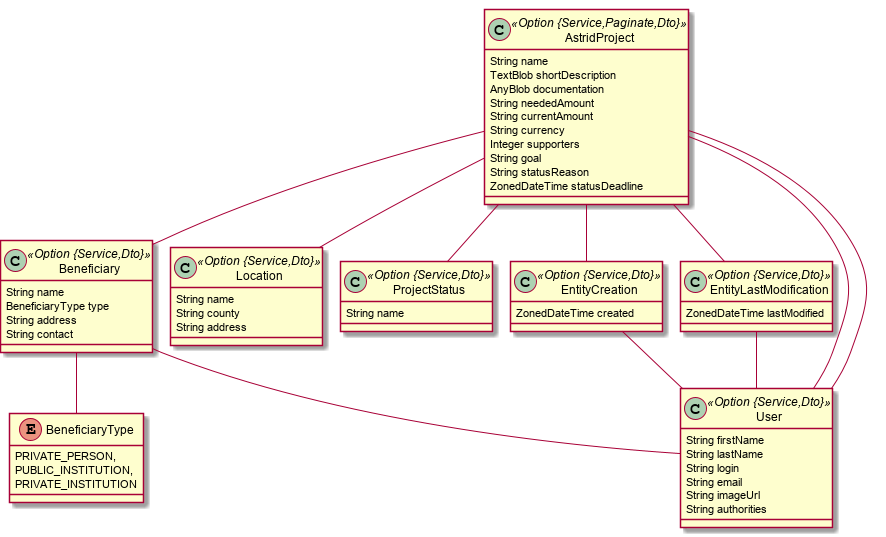
Above: astrid-diaspora.png in popica14/astrid-diaspora (PlantUML), before the change. The source it was exported from:
```plantuml
@startuml
	!pragma graphviz_dot jdot
	!pragma syntax class
	class AstridProject <<Option {Service,Paginate,Dto}>> {
		String name
		TextBlob shortDescription
		AnyBlob documentation
		String neededAmount
		String currentAmount
		String currency
		Integer supporters
		String goal
		String statusReason
		ZonedDateTime statusDeadline
	}
	class Beneficiary <<Option {Service,Dto}>> {
		String name
		BeneficiaryType type
		String address
		String contact
	}
	Beneficiary ..> BeneficiaryType
	class Location <<Option {Service,Dto}>> {
		String name
		String county
		String address
	}
	enum BeneficiaryType {
		PRIVATE_PERSON,
		PUBLIC_INSTITUTION,
		PRIVATE_INSTITUTION
	}
	class ProjectStatus <<Option {Service,Dto}>> {
		String name
	}
	class EntityCreation <<Option {Service,Dto}>> {
		ZonedDateTime created
	}
	class EntityLastModification <<Option {Service,Dto}>> {
		ZonedDateTime lastModified
	}
	AstridProject  "responsible(login) 0..* " o-- "0..1 "  User
	AstridProject  "status(name) 0..* " o-- "0..1 "  ProjectStatus
	Beneficiary  "contactPerson(login) 0..* " o-- "0..1 "  User
	AstridProject  "location(name) 0..* " o-- "0..1 "  Location
	EntityLastModification  "lastModifiedBy(login) 0..* " o-- "0..1 "  User
	EntityCreation  "createdBy(login) 0..* " o-- "0..1 "  User
	AstridProject  "0..1 " -- "0..1 "  EntityCreation
	AstridProject  "0..1 " -- "0..1 "  EntityLastModification
	AstridProject  "implementationTeam(login) 0..* " o--o "0..* "  User
	AstridProject  "beneficiaries(name) 0..* " o--o "projects(name) 0..* "  Beneficiary
	class User <<Option {Service,Dto}>> {
		String firstName
		String lastName
		String login
		String email
		String imageUrl
		String authorities
	}
@enduml
```
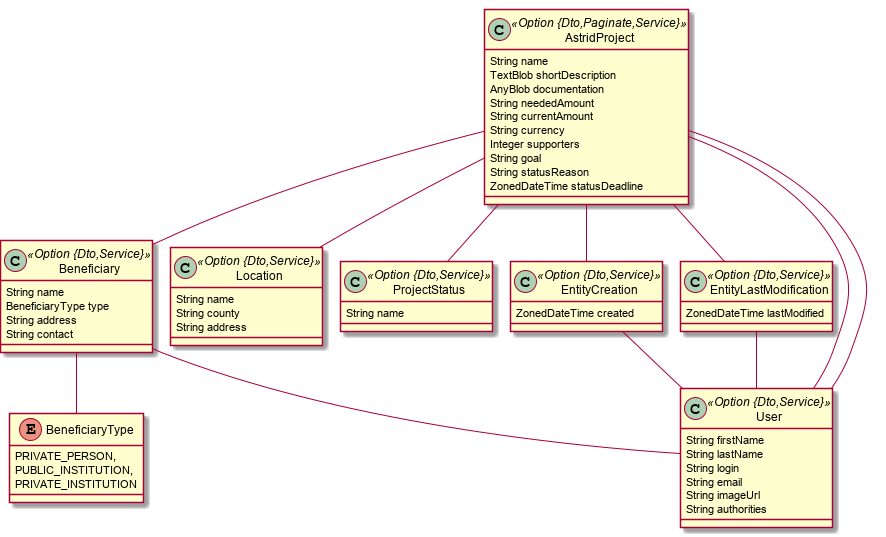
The same file after the commit.

Change to the diagram source:
```diff
@@ -1,7 +1,7 @@
 @startuml
 	!pragma graphviz_dot jdot
 	!pragma syntax class
-	class AstridProject <<Option {Service,Paginate,Dto}>> {
+	class AstridProject <<Option {Dto,Paginate,Service}>> {
 		String name
 		TextBlob shortDescription
 		AnyBlob documentation
@@ -13,14 +13,14 @@
 		String statusReason
 		ZonedDateTime statusDeadline
 	}
-	class Beneficiary <<Option {Service,Dto}>> {
+	class Beneficiary <<Option {Dto,Service}>> {
 		String name
 		BeneficiaryType type
 		String address
 		String contact
 	}
 	Beneficiary ..> BeneficiaryType
-	class Location <<Option {Service,Dto}>> {
+	class Location <<Option {Dto,Service}>> {
 		String name
 		String county
 		String address
@@ -30,26 +30,26 @@
 		PUBLIC_INSTITUTION,
 		PRIVATE_INSTITUTION
 	}
-	class ProjectStatus <<Option {Service,Dto}>> {
+	class ProjectStatus <<Option {Dto,Service}>> {
 		String name
 	}
-	class EntityCreation <<Option {Service,Dto}>> {
+	class EntityCreation <<Option {Dto,Service}>> {
 		ZonedDateTime created
 	}
-	class EntityLastModification <<Option {Service,Dto}>> {
+	class EntityLastModification <<Option {Dto,Service}>> {
 		ZonedDateTime lastModified
 	}
-	AstridProject  "responsible(login) 0..* " o-- "0..1 "  User
+	AstridProject  "responsible(login)  1..* " o-- "0..1 "  User
 	AstridProject  "status(name) 0..* " o-- "0..1 "  ProjectStatus
-	Beneficiary  "contactPerson(login) 0..* " o-- "0..1 "  User
+	Beneficiary  "contactPerson(login)  1..* " o-- "0..1 "  User
 	AstridProject  "location(name) 0..* " o-- "0..1 "  Location
-	EntityLastModification  "lastModifiedBy(login) 0..* " o-- "0..1 "  User
-	EntityCreation  "createdBy(login) 0..* " o-- "0..1 "  User
+	EntityLastModification  "lastModifiedBy(login)  1..* " o-- "0..1 "  User
+	EntityCreation  "createdBy(login)  1..* " o-- "0..1 "  User
 	AstridProject  "0..1 " -- "0..1 "  EntityCreation
 	AstridProject  "0..1 " -- "0..1 "  EntityLastModification
 	AstridProject  "implementationTeam(login) 0..* " o--o "0..* "  User
 	AstridProject  "beneficiaries(name) 0..* " o--o "projects(name) 0..* "  Beneficiary
-	class User <<Option {Service,Dto}>> {
+	class User <<Option {Dto,Service}>> {
 		String firstName
 		String lastName
 		String login
```
